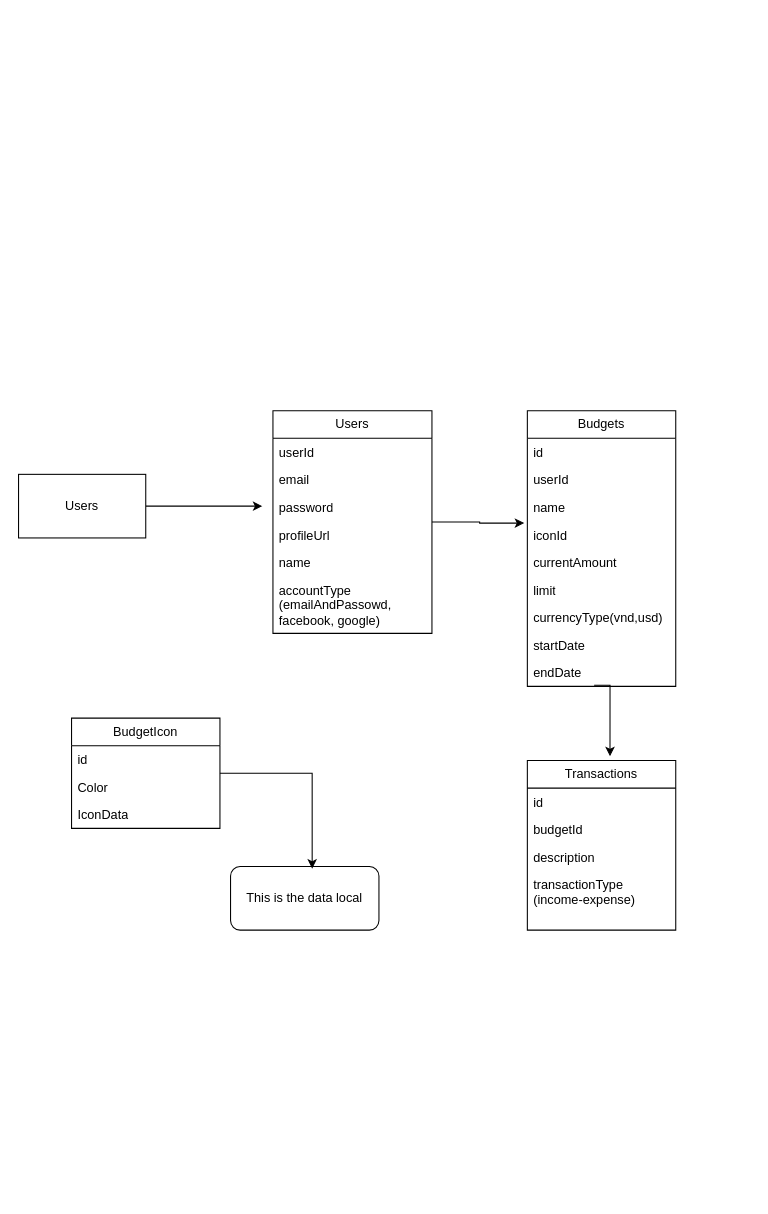
Nguyen-Loi/budge_app keeps this draw.io diagram as budge_app.drawio. Above is the earlier version. Source tidied: cells renumbered, new cells numbered last; positions are measured from the earlier drawing's top-left corner, leaving out a move shared by most shapes. Both pictures are drawn from the tidied source at 106%, with x=0, y=0 at pixel (18, 410).
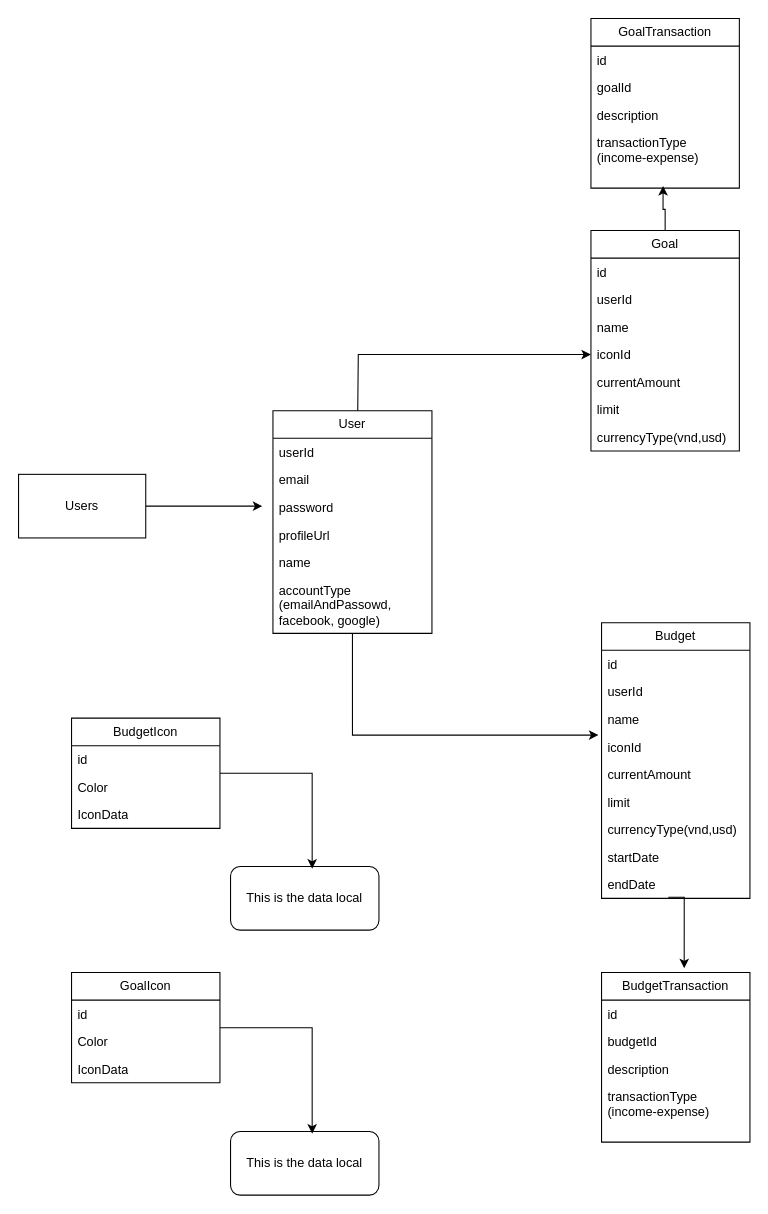
The same page after the edit.

The change refers to these unchanged cells:
```xml
<mxCell id="25" value="endDate" style="text;strokeColor=none;fillColor=none;align=left;verticalAlign=top;spacingLeft=4;spacingRight=4;overflow=hidden;points=[[0,0.5],[1,0.5]];portConstraint=eastwest;whiteSpace=wrap;html=1;" parent="16" vertex="1">
  <mxGeometry y="234" width="140" height="26" as="geometry" />
</mxCell>
```

The edit, as a diff of the source:
```diff
@@
-    <mxCell id="5" value="Users" style="swimlane;fontStyle=0;horizontal=1;startSize=26;fillColor=none;whiteSpace=wrap;html=1;" parent="1" vertex="1">
+    <mxCell id="5" value="User" style="swimlane;fontStyle=0;horizontal=1;startSize=26;fillColor=none;whiteSpace=wrap;html=1;" parent="1" vertex="1">
       <mxGeometry x="240" width="150" height="210" as="geometry" />
     </mxCell>
@@
-    <mxCell id="16" value="Budgets" style="swimlane;fontStyle=0;horizontal=1;startSize=26;fillColor=none;whiteSpace=wrap;html=1;" parent="1" vertex="1">
-      <mxGeometry x="480" width="140" height="260" as="geometry" />
+    <mxCell id="16" value="Budget" style="swimlane;fontStyle=0;horizontal=1;startSize=26;fillColor=none;whiteSpace=wrap;html=1;" parent="1" vertex="1">
+      <mxGeometry x="550" y="200" width="140" height="260" as="geometry" />
     </mxCell>
@@
-    <mxCell id="26" value="Transactions" style="swimlane;fontStyle=0;horizontal=1;startSize=26;fillColor=none;whiteSpace=wrap;html=1;" parent="1" vertex="1">
-      <mxGeometry x="480" y="330" width="140" height="160" as="geometry" />
+    <mxCell id="26" value="BudgetTransaction" style="swimlane;fontStyle=0;horizontal=1;startSize=26;fillColor=none;whiteSpace=wrap;html=1;" parent="1" vertex="1">
+      <mxGeometry x="550" y="530" width="140" height="160" as="geometry" />
     </mxCell>
@@
     <mxCell id="31" style="edgeStyle=orthogonalEdgeStyle;rounded=0;jettySize=auto;html=1;entryX=0.557;entryY=-0.025;entryDx=0;entryDy=0;entryPerimeter=0;exitX=0.45;exitY=0.962;exitDx=0;exitDy=0;exitPerimeter=0;" parent="1" edge="1" source="25" target="26">
       <mxGeometry relative="1" as="geometry">
         <Array as="points">
-          <mxPoint x="558" y="259" />
+          <mxPoint x="628" y="459" />
         </Array>
       </mxGeometry>
     </mxCell>
@@
+    <mxCell id="34" value="Goal" style="swimlane;fontStyle=0;horizontal=1;startSize=26;fillColor=none;whiteSpace=wrap;html=1;" parent="1" vertex="1">
+      <mxGeometry x="540" y="-170" width="140" height="208" as="geometry" />
+    </mxCell>
+    <mxCell id="35" value="id" style="text;strokeColor=none;fillColor=none;align=left;verticalAlign=top;spacingLeft=4;spacingRight=4;overflow=hidden;whiteSpace=wrap;html=1;" parent="34" vertex="1">
+      <mxGeometry y="26" width="140" height="26" as="geometry" />
+    </mxCell>
+    <mxCell id="36" value="userId" style="text;strokeColor=none;fillColor=none;align=left;verticalAlign=top;spacingLeft=4;spacingRight=4;overflow=hidden;whiteSpace=wrap;html=1;" parent="34" vertex="1">
+      <mxGeometry y="52" width="140" height="26" as="geometry" />
+    </mxCell>
+    <mxCell id="37" value="name" style="text;strokeColor=none;fillColor=none;align=left;verticalAlign=top;spacingLeft=4;spacingRight=4;overflow=hidden;whiteSpace=wrap;html=1;" parent="34" vertex="1">
+      <mxGeometry y="78" width="140" height="26" as="geometry" />
+    </mxCell>
+    <mxCell id="38" value="iconId" style="text;strokeColor=none;fillColor=none;align=left;verticalAlign=top;spacingLeft=4;spacingRight=4;overflow=hidden;points=[[0,0.5],[1,0.5]];portConstraint=eastwest;whiteSpace=wrap;html=1;" parent="34" vertex="1">
+      <mxGeometry y="104" width="140" height="26" as="geometry" />
+    </mxCell>
+    <mxCell id="39" value="currentAmount" style="text;strokeColor=none;fillColor=none;align=left;verticalAlign=top;spacingLeft=4;spacingRight=4;overflow=hidden;whiteSpace=wrap;html=1;" parent="34" vertex="1">
+      <mxGeometry y="130" width="140" height="26" as="geometry" />
+    </mxCell>
+    <mxCell id="40" value="limit" style="text;strokeColor=none;fillColor=none;align=left;verticalAlign=top;spacingLeft=4;spacingRight=4;overflow=hidden;whiteSpace=wrap;html=1;" parent="34" vertex="1">
+      <mxGeometry y="156" width="140" height="26" as="geometry" />
+    </mxCell>
+    <mxCell id="41" value="currencyType(vnd,usd)" style="text;strokeColor=none;fillColor=none;align=left;verticalAlign=top;spacingLeft=4;spacingRight=4;overflow=hidden;whiteSpace=wrap;html=1;" parent="34" vertex="1">
+      <mxGeometry y="182" width="140" height="26" as="geometry" />
+    </mxCell>
+    <mxCell id="42" value="GoalTransaction" style="swimlane;fontStyle=0;horizontal=1;startSize=26;fillColor=none;whiteSpace=wrap;html=1;" parent="1" vertex="1">
+      <mxGeometry x="540" y="-370" width="140" height="160" as="geometry" />
+    </mxCell>
+    <mxCell id="43" value="id" style="text;strokeColor=none;fillColor=none;align=left;verticalAlign=top;spacingLeft=4;spacingRight=4;overflow=hidden;whiteSpace=wrap;html=1;" parent="42" vertex="1">
+      <mxGeometry y="26" width="140" height="26" as="geometry" />
+    </mxCell>
+    <mxCell id="44" value="goalId" style="text;strokeColor=none;fillColor=none;align=left;verticalAlign=top;spacingLeft=4;spacingRight=4;overflow=hidden;whiteSpace=wrap;html=1;" parent="42" vertex="1">
+      <mxGeometry y="52" width="140" height="26" as="geometry" />
+    </mxCell>
+    <mxCell id="45" value="description" style="text;strokeColor=none;fillColor=none;align=left;verticalAlign=top;spacingLeft=4;spacingRight=4;overflow=hidden;whiteSpace=wrap;html=1;" parent="42" vertex="1">
+      <mxGeometry y="78" width="140" height="26" as="geometry" />
+    </mxCell>
+    <mxCell id="46" value="transactionType (income-expense)" style="text;strokeColor=none;fillColor=none;align=left;verticalAlign=top;spacingLeft=4;spacingRight=4;overflow=hidden;points=[[0,0.5],[1,0.5]];portConstraint=eastwest;whiteSpace=wrap;html=1;" parent="42" vertex="1">
+      <mxGeometry y="104" width="140" height="56" as="geometry" />
+    </mxCell>
+    <mxCell id="47" style="edgeStyle=orthogonalEdgeStyle;rounded=0;jettySize=auto;html=1;entryX=0.486;entryY=0.964;entryDx=0;entryDy=0;entryPerimeter=0;" parent="1" edge="1" source="34" target="46">
+      <mxGeometry relative="1" as="geometry">
+        <Array as="points">
+          <mxPoint x="610" y="-190" />
+          <mxPoint x="608" y="-190" />
+        </Array>
+      </mxGeometry>
+    </mxCell>
+    <mxCell id="48" value="GoalIcon" style="swimlane;fontStyle=0;horizontal=1;startSize=26;fillColor=none;whiteSpace=wrap;html=1;" parent="1" vertex="1">
+      <mxGeometry x="50" y="530" width="140" height="104" as="geometry" />
+    </mxCell>
+    <mxCell id="49" value="id" style="text;strokeColor=none;fillColor=none;align=left;verticalAlign=top;spacingLeft=4;spacingRight=4;overflow=hidden;whiteSpace=wrap;html=1;" parent="48" vertex="1">
+      <mxGeometry y="26" width="140" height="26" as="geometry" />
+    </mxCell>
+    <mxCell id="50" value="Color" style="text;strokeColor=none;fillColor=none;align=left;verticalAlign=top;spacingLeft=4;spacingRight=4;overflow=hidden;whiteSpace=wrap;html=1;" parent="48" vertex="1">
+      <mxGeometry y="52" width="140" height="26" as="geometry" />
+    </mxCell>
+    <mxCell id="51" value="IconData" style="text;strokeColor=none;fillColor=none;align=left;verticalAlign=top;spacingLeft=4;spacingRight=4;overflow=hidden;whiteSpace=wrap;html=1;" parent="48" vertex="1">
+      <mxGeometry y="78" width="140" height="26" as="geometry" />
+    </mxCell>
+    <mxCell id="52" value="This is the data local" style="rounded=1;whiteSpace=wrap;html=1;" parent="1" vertex="1">
+      <mxGeometry x="200" y="680" width="140" height="60" as="geometry" />
+    </mxCell>
+    <mxCell id="53" style="edgeStyle=orthogonalEdgeStyle;rounded=0;jettySize=auto;html=1;entryX=0.55;entryY=0.033;entryDx=0;entryDy=0;entryPerimeter=0;" parent="1" edge="1" source="48" target="52">
+      <mxGeometry relative="1" as="geometry" />
+    </mxCell>
+    <mxCell id="54" style="edgeStyle=orthogonalEdgeStyle;rounded=0;jettySize=auto;html=1;" parent="1" edge="1" target="38">
+      <mxGeometry relative="1" as="geometry">
+        <mxPoint x="320" as="sourcePoint" />
+      </mxGeometry>
+    </mxCell>
```
